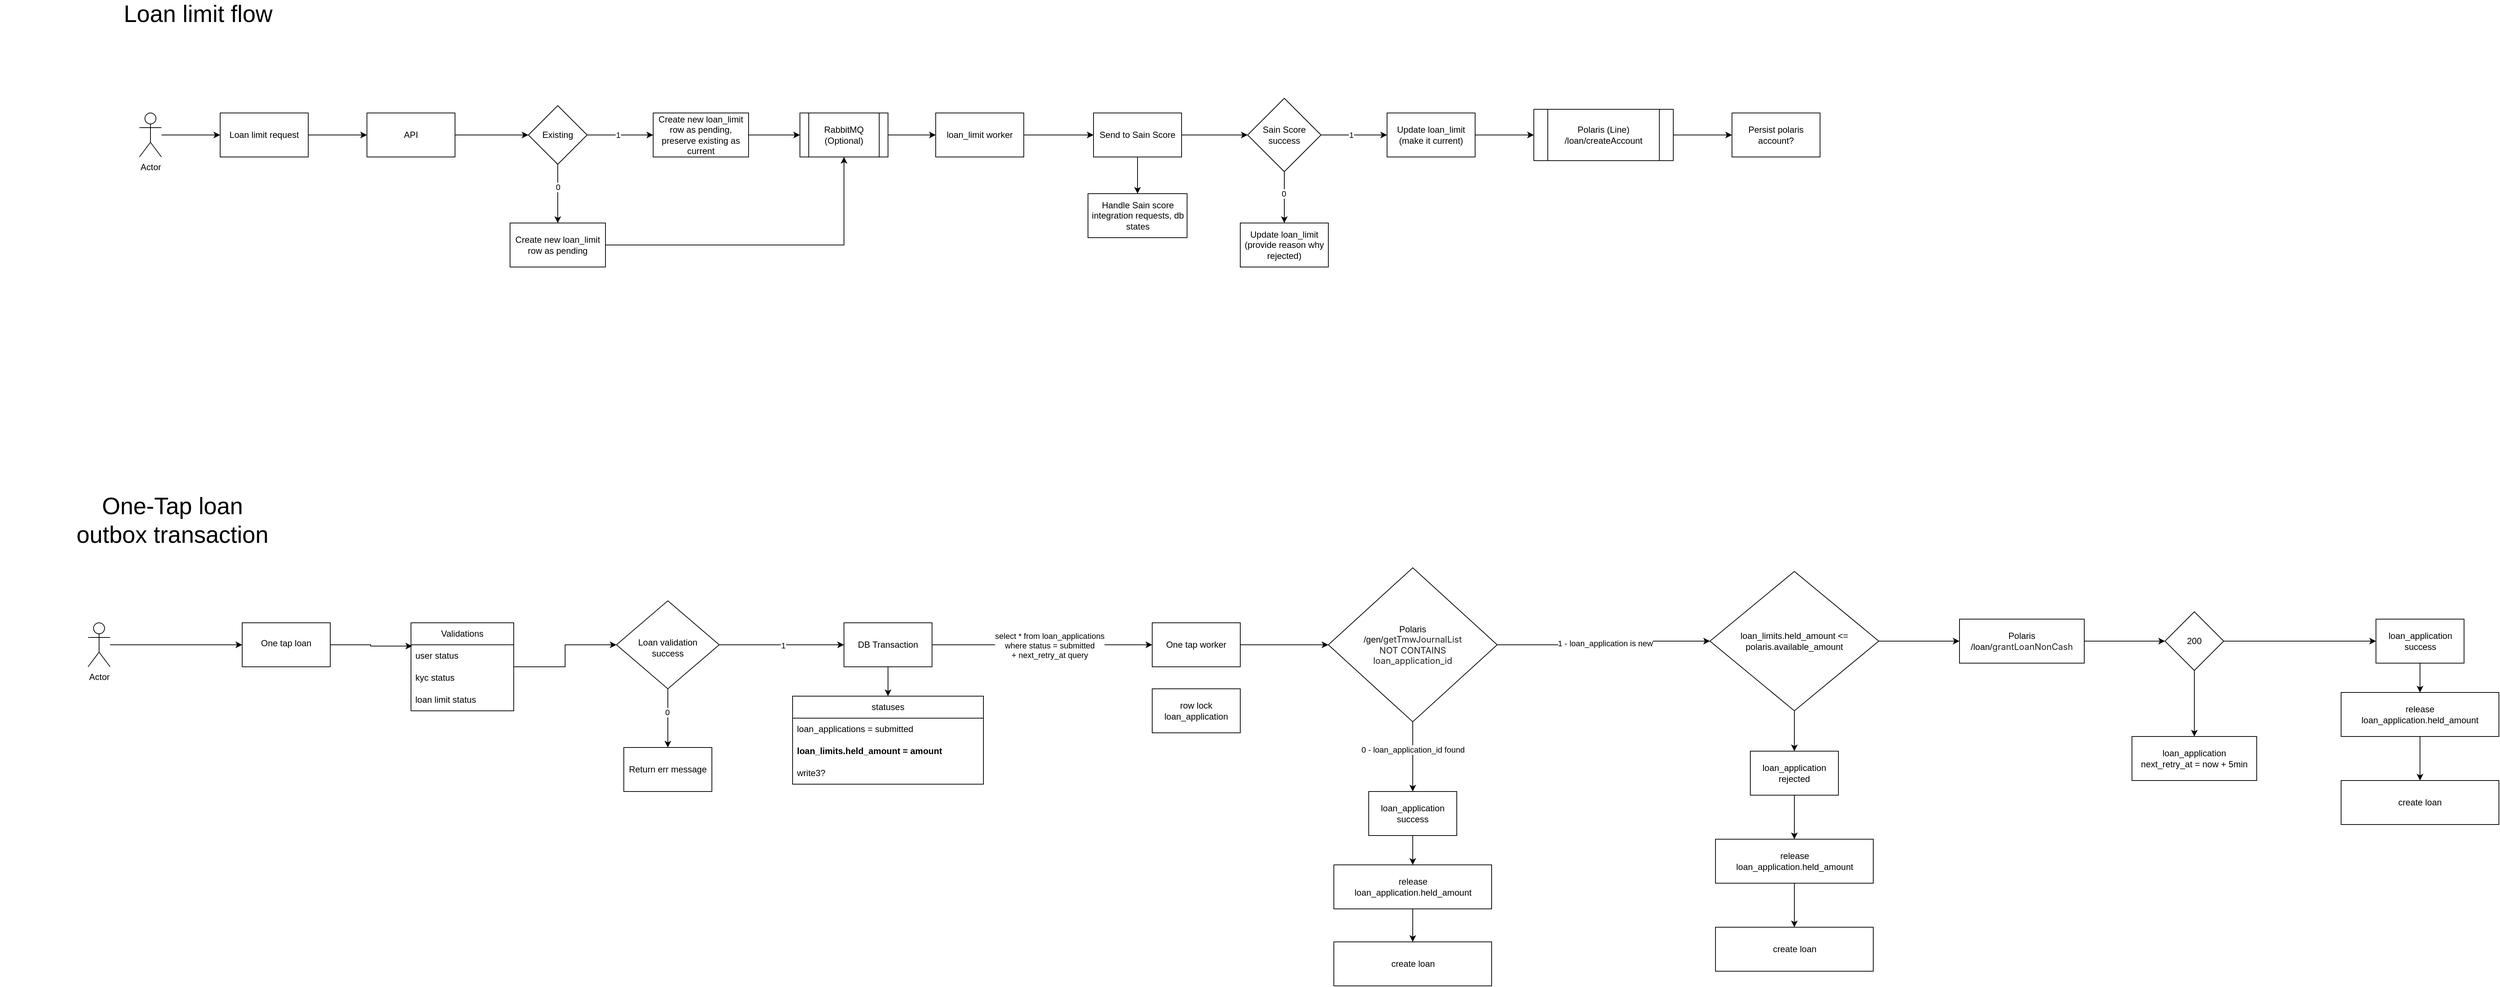
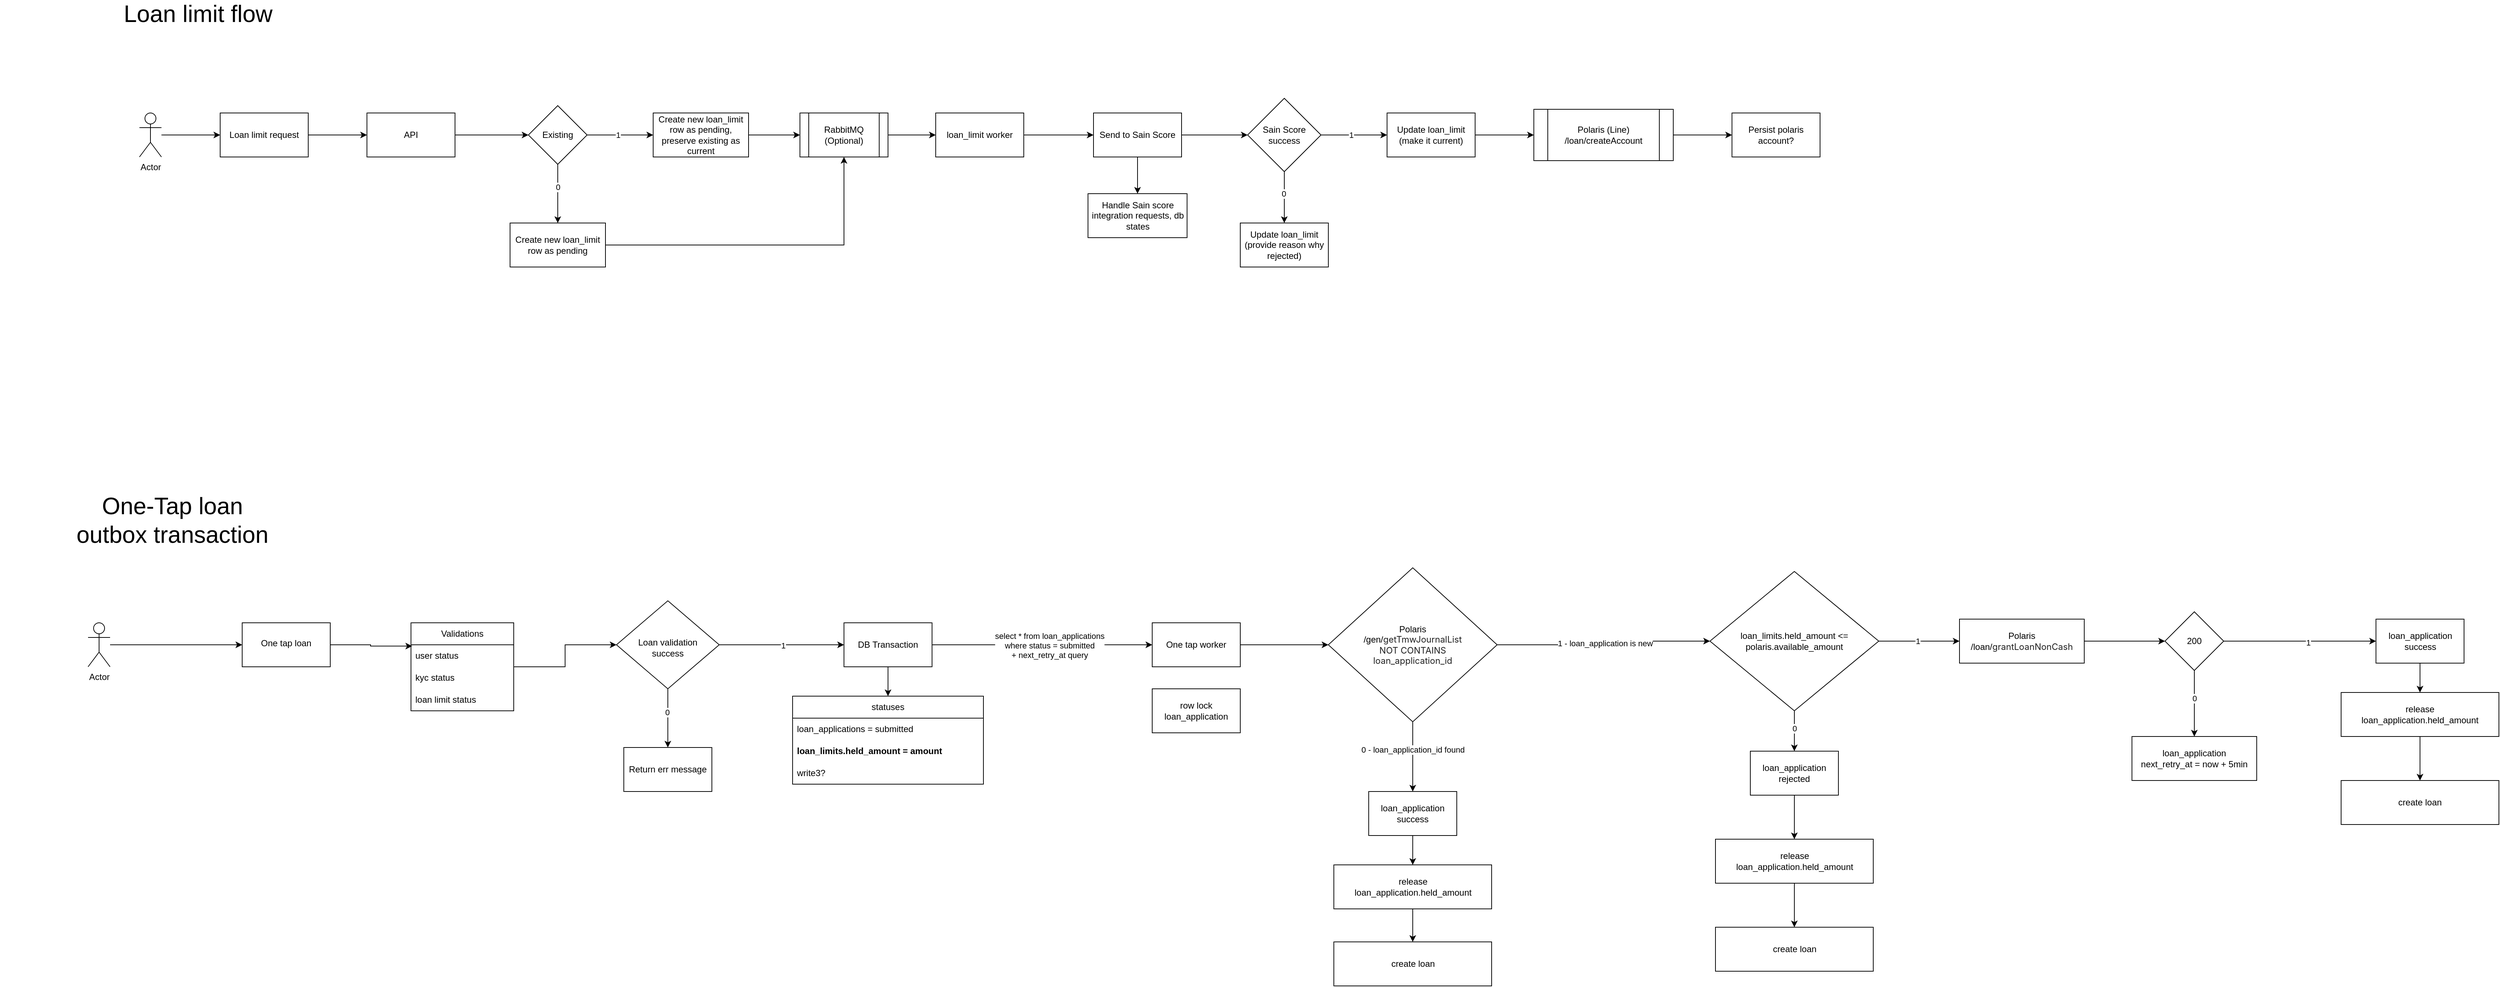
<mxfile host="app.diagrams.net">
  <diagram name="Page-1" id="VCBSuIh8bz7kurrQ0Zaz">
    <mxGraphModel dx="2014" dy="681" grid="1" gridSize="10" guides="1" tooltips="1" connect="1" arrows="1" fold="1" page="1" pageScale="1" pageWidth="850" pageHeight="1100" math="0" shadow="0">
      <root>
        <mxCell id="0" />
        <mxCell id="1" parent="0" />
        <mxCell id="KqixbsF9o6dLofBvsG9t-5" edge="1" parent="1" source="KqixbsF9o6dLofBvsG9t-1" style="edgeStyle=orthogonalEdgeStyle;rounded=0;orthogonalLoop=1;jettySize=auto;html=1;" target="KqixbsF9o6dLofBvsG9t-4" value="">
          <mxGeometry relative="1" as="geometry" />
        </mxCell>
        <mxCell id="KqixbsF9o6dLofBvsG9t-1" parent="1" style="rounded=0;whiteSpace=wrap;html=1;" value="Loan limit request" vertex="1">
          <mxGeometry height="60" width="120" x="150" y="210" as="geometry" />
        </mxCell>
        <mxCell id="KqixbsF9o6dLofBvsG9t-3" edge="1" parent="1" source="KqixbsF9o6dLofBvsG9t-2" style="edgeStyle=orthogonalEdgeStyle;rounded=0;orthogonalLoop=1;jettySize=auto;html=1;" target="KqixbsF9o6dLofBvsG9t-1" value="">
          <mxGeometry relative="1" as="geometry" />
        </mxCell>
        <mxCell id="KqixbsF9o6dLofBvsG9t-2" parent="1" style="shape=umlActor;verticalLabelPosition=bottom;verticalAlign=top;html=1;outlineConnect=0;" value="Actor" vertex="1">
          <mxGeometry height="60" width="30" x="40" y="210" as="geometry" />
        </mxCell>
        <mxCell id="KqixbsF9o6dLofBvsG9t-9" edge="1" parent="1" source="KqixbsF9o6dLofBvsG9t-4" style="edgeStyle=orthogonalEdgeStyle;rounded=0;orthogonalLoop=1;jettySize=auto;html=1;" target="KqixbsF9o6dLofBvsG9t-8" value="">
          <mxGeometry relative="1" as="geometry" />
        </mxCell>
        <mxCell id="KqixbsF9o6dLofBvsG9t-4" parent="1" style="rounded=0;whiteSpace=wrap;html=1;" value="API" vertex="1">
          <mxGeometry height="60" width="120" x="350" y="210" as="geometry" />
        </mxCell>
        <mxCell id="KqixbsF9o6dLofBvsG9t-11" edge="1" parent="1" source="KqixbsF9o6dLofBvsG9t-8" style="edgeStyle=orthogonalEdgeStyle;rounded=0;orthogonalLoop=1;jettySize=auto;html=1;" target="KqixbsF9o6dLofBvsG9t-10" value="">
          <mxGeometry relative="1" as="geometry" />
        </mxCell>
        <mxCell id="KqixbsF9o6dLofBvsG9t-12" connectable="0" parent="KqixbsF9o6dLofBvsG9t-11" style="edgeLabel;html=1;align=center;verticalAlign=middle;resizable=0;points=[];" value="1" vertex="1">
          <mxGeometry relative="1" x="-0.079" as="geometry">
            <mxPoint as="offset" />
          </mxGeometry>
        </mxCell>
        <mxCell id="KqixbsF9o6dLofBvsG9t-14" edge="1" parent="1" source="KqixbsF9o6dLofBvsG9t-8" style="edgeStyle=orthogonalEdgeStyle;rounded=0;orthogonalLoop=1;jettySize=auto;html=1;" target="KqixbsF9o6dLofBvsG9t-13" value="">
          <mxGeometry relative="1" as="geometry" />
        </mxCell>
        <mxCell id="KqixbsF9o6dLofBvsG9t-15" connectable="0" parent="KqixbsF9o6dLofBvsG9t-14" style="edgeLabel;html=1;align=center;verticalAlign=middle;resizable=0;points=[];" value="0" vertex="1">
          <mxGeometry relative="1" x="-0.2407" as="geometry">
            <mxPoint as="offset" />
          </mxGeometry>
        </mxCell>
        <mxCell id="KqixbsF9o6dLofBvsG9t-8" parent="1" style="rhombus;whiteSpace=wrap;html=1;rounded=0;" value="Existing" vertex="1">
          <mxGeometry height="80" width="80" x="570" y="200" as="geometry" />
        </mxCell>
        <mxCell id="KqixbsF9o6dLofBvsG9t-23" edge="1" parent="1" source="KqixbsF9o6dLofBvsG9t-10" style="edgeStyle=orthogonalEdgeStyle;rounded=0;orthogonalLoop=1;jettySize=auto;html=1;" target="KqixbsF9o6dLofBvsG9t-22" value="">
          <mxGeometry relative="1" as="geometry" />
        </mxCell>
        <mxCell id="KqixbsF9o6dLofBvsG9t-10" parent="1" style="whiteSpace=wrap;html=1;rounded=0;" value="Create new loan_limit row as pending, preserve existing as current" vertex="1">
          <mxGeometry height="60" width="130" x="740" y="210" as="geometry" />
        </mxCell>
        <mxCell id="KqixbsF9o6dLofBvsG9t-26" edge="1" parent="1" source="KqixbsF9o6dLofBvsG9t-13" style="edgeStyle=orthogonalEdgeStyle;rounded=0;orthogonalLoop=1;jettySize=auto;html=1;entryX=0.5;entryY=1;entryDx=0;entryDy=0;" target="KqixbsF9o6dLofBvsG9t-22">
          <mxGeometry relative="1" as="geometry" />
        </mxCell>
        <mxCell id="KqixbsF9o6dLofBvsG9t-13" parent="1" style="whiteSpace=wrap;html=1;rounded=0;" value="Create new loan_limit row as pending" vertex="1">
          <mxGeometry height="60" width="130" x="545" y="360" as="geometry" />
        </mxCell>
        <mxCell id="KqixbsF9o6dLofBvsG9t-25" edge="1" parent="1" source="KqixbsF9o6dLofBvsG9t-22" style="edgeStyle=orthogonalEdgeStyle;rounded=0;orthogonalLoop=1;jettySize=auto;html=1;" target="KqixbsF9o6dLofBvsG9t-24" value="">
          <mxGeometry relative="1" as="geometry" />
        </mxCell>
        <mxCell id="KqixbsF9o6dLofBvsG9t-22" parent="1" style="shape=process;whiteSpace=wrap;html=1;backgroundOutline=1;rounded=0;" value="RabbitMQ (Optional)" vertex="1">
          <mxGeometry height="60" width="120" x="940" y="210" as="geometry" />
        </mxCell>
        <mxCell id="KqixbsF9o6dLofBvsG9t-28" edge="1" parent="1" source="KqixbsF9o6dLofBvsG9t-24" style="edgeStyle=orthogonalEdgeStyle;rounded=0;orthogonalLoop=1;jettySize=auto;html=1;" target="KqixbsF9o6dLofBvsG9t-27" value="">
          <mxGeometry relative="1" as="geometry" />
        </mxCell>
        <mxCell id="KqixbsF9o6dLofBvsG9t-24" parent="1" style="whiteSpace=wrap;html=1;rounded=0;" value="loan_limit worker" vertex="1">
          <mxGeometry height="60" width="120" x="1125" y="210" as="geometry" />
        </mxCell>
        <mxCell id="KqixbsF9o6dLofBvsG9t-30" edge="1" parent="1" source="KqixbsF9o6dLofBvsG9t-27" style="edgeStyle=orthogonalEdgeStyle;rounded=0;orthogonalLoop=1;jettySize=auto;html=1;" target="KqixbsF9o6dLofBvsG9t-29" value="">
          <mxGeometry relative="1" as="geometry" />
        </mxCell>
        <mxCell id="KqixbsF9o6dLofBvsG9t-38" edge="1" parent="1" source="KqixbsF9o6dLofBvsG9t-27" style="edgeStyle=orthogonalEdgeStyle;rounded=0;orthogonalLoop=1;jettySize=auto;html=1;" target="KqixbsF9o6dLofBvsG9t-37" value="">
          <mxGeometry relative="1" as="geometry" />
        </mxCell>
        <mxCell id="KqixbsF9o6dLofBvsG9t-27" parent="1" style="whiteSpace=wrap;html=1;rounded=0;" value="Send to Sain Score" vertex="1">
          <mxGeometry height="60" width="120" x="1340" y="210" as="geometry" />
        </mxCell>
        <mxCell id="KqixbsF9o6dLofBvsG9t-32" edge="1" parent="1" source="KqixbsF9o6dLofBvsG9t-29" style="edgeStyle=orthogonalEdgeStyle;rounded=0;orthogonalLoop=1;jettySize=auto;html=1;" target="KqixbsF9o6dLofBvsG9t-31" value="">
          <mxGeometry relative="1" as="geometry" />
        </mxCell>
        <mxCell id="KqixbsF9o6dLofBvsG9t-33" connectable="0" parent="KqixbsF9o6dLofBvsG9t-32" style="edgeLabel;html=1;align=center;verticalAlign=middle;resizable=0;points=[];" value="1" vertex="1">
          <mxGeometry relative="1" x="-0.1048" as="geometry">
            <mxPoint as="offset" />
          </mxGeometry>
        </mxCell>
        <mxCell id="KqixbsF9o6dLofBvsG9t-35" edge="1" parent="1" source="KqixbsF9o6dLofBvsG9t-29" style="edgeStyle=orthogonalEdgeStyle;rounded=0;orthogonalLoop=1;jettySize=auto;html=1;" target="KqixbsF9o6dLofBvsG9t-34" value="">
          <mxGeometry relative="1" as="geometry" />
        </mxCell>
        <mxCell id="KqixbsF9o6dLofBvsG9t-36" connectable="0" parent="KqixbsF9o6dLofBvsG9t-35" style="edgeLabel;html=1;align=center;verticalAlign=middle;resizable=0;points=[];" value="0" vertex="1">
          <mxGeometry relative="1" x="-0.1429" y="-1" as="geometry">
            <mxPoint as="offset" />
          </mxGeometry>
        </mxCell>
        <mxCell id="KqixbsF9o6dLofBvsG9t-29" parent="1" style="rhombus;whiteSpace=wrap;html=1;rounded=0;" value="Sain Score success" vertex="1">
          <mxGeometry height="100" width="100" x="1550" y="190" as="geometry" />
        </mxCell>
        <mxCell id="KqixbsF9o6dLofBvsG9t-66" edge="1" parent="1" source="KqixbsF9o6dLofBvsG9t-31" style="edgeStyle=orthogonalEdgeStyle;rounded=0;orthogonalLoop=1;jettySize=auto;html=1;" target="KqixbsF9o6dLofBvsG9t-65" value="">
          <mxGeometry relative="1" as="geometry" />
        </mxCell>
        <mxCell id="KqixbsF9o6dLofBvsG9t-31" parent="1" style="whiteSpace=wrap;html=1;rounded=0;" value="Update loan_limit (make it current)" vertex="1">
          <mxGeometry height="60" width="120" x="1740" y="210" as="geometry" />
        </mxCell>
        <mxCell id="KqixbsF9o6dLofBvsG9t-34" parent="1" style="whiteSpace=wrap;html=1;rounded=0;" value="Update loan_limit&lt;br&gt;(provide reason why rejected)" vertex="1">
          <mxGeometry height="60" width="120" x="1540" y="360" as="geometry" />
        </mxCell>
        <mxCell id="KqixbsF9o6dLofBvsG9t-37" parent="1" style="whiteSpace=wrap;html=1;rounded=0;" value="Handle Sain score integration requests, db states" vertex="1">
          <mxGeometry height="60" width="135" x="1332.5" y="320" as="geometry" />
        </mxCell>
        <mxCell id="KqixbsF9o6dLofBvsG9t-40" parent="1" style="text;html=1;whiteSpace=wrap;strokeColor=none;fillColor=none;align=center;verticalAlign=middle;rounded=0;fontSize=32;" value="Loan limit flow" vertex="1">
          <mxGeometry height="30" width="260" x="-10" y="60" as="geometry" />
        </mxCell>
        <mxCell id="KqixbsF9o6dLofBvsG9t-74" edge="1" parent="1" source="KqixbsF9o6dLofBvsG9t-65" style="edgeStyle=orthogonalEdgeStyle;rounded=0;orthogonalLoop=1;jettySize=auto;html=1;" target="KqixbsF9o6dLofBvsG9t-73" value="">
          <mxGeometry relative="1" as="geometry" />
        </mxCell>
        <mxCell id="KqixbsF9o6dLofBvsG9t-65" parent="1" style="shape=process;whiteSpace=wrap;html=1;backgroundOutline=1;rounded=0;" value="Polaris (Line)&lt;br&gt;/loan/createAccount" vertex="1">
          <mxGeometry height="70" width="190" x="1940" y="205" as="geometry" />
        </mxCell>
        <mxCell id="KqixbsF9o6dLofBvsG9t-73" parent="1" style="whiteSpace=wrap;html=1;rounded=0;" value="Persist polaris account?" vertex="1">
          <mxGeometry height="60" width="120" x="2210" y="210" as="geometry" />
        </mxCell>
        <mxCell id="U8Ajh8Gpa-m2DNKNFQys-1" parent="1" style="text;html=1;whiteSpace=wrap;strokeColor=none;fillColor=none;align=center;verticalAlign=middle;rounded=0;fontSize=32;" value="One-Tap loan&lt;br&gt;outbox transaction" vertex="1">
          <mxGeometry height="30" width="470" x="-150" y="750" as="geometry" />
        </mxCell>
        <mxCell id="In8fDh9ZLN2M87an2Miy-1" edge="1" parent="1" source="In8fDh9ZLN2M87an2Miy-2" style="edgeStyle=orthogonalEdgeStyle;rounded=0;orthogonalLoop=1;jettySize=auto;html=1;" target="In8fDh9ZLN2M87an2Miy-4" value="">
          <mxGeometry relative="1" as="geometry" />
        </mxCell>
        <mxCell id="In8fDh9ZLN2M87an2Miy-2" parent="1" style="shape=umlActor;verticalLabelPosition=bottom;verticalAlign=top;html=1;outlineConnect=0;" value="Actor" vertex="1">
          <mxGeometry height="60" width="30" x="-30" y="905" as="geometry" />
        </mxCell>
        <mxCell id="In8fDh9ZLN2M87an2Miy-3" edge="1" parent="1" source="In8fDh9ZLN2M87an2Miy-4" style="edgeStyle=orthogonalEdgeStyle;rounded=0;orthogonalLoop=1;jettySize=auto;html=1;entryX=0.011;entryY=0.06;entryDx=0;entryDy=0;entryPerimeter=0;" target="In8fDh9ZLN2M87an2Miy-28" value="">
          <mxGeometry relative="1" as="geometry">
            <mxPoint x="390" y="935" as="targetPoint" />
          </mxGeometry>
        </mxCell>
        <mxCell id="In8fDh9ZLN2M87an2Miy-4" parent="1" style="whiteSpace=wrap;html=1;verticalAlign=top;" value="&lt;div&gt;&lt;br&gt;&lt;/div&gt;&lt;div&gt;One tap loan&lt;/div&gt;" vertex="1">
          <mxGeometry height="60" width="120" x="180" y="905" as="geometry" />
        </mxCell>
        <mxCell id="In8fDh9ZLN2M87an2Miy-5" edge="1" parent="1" source="In8fDh9ZLN2M87an2Miy-9" style="edgeStyle=orthogonalEdgeStyle;rounded=0;orthogonalLoop=1;jettySize=auto;html=1;" target="In8fDh9ZLN2M87an2Miy-12" value="">
          <mxGeometry relative="1" as="geometry" />
        </mxCell>
        <mxCell id="In8fDh9ZLN2M87an2Miy-6" connectable="0" parent="In8fDh9ZLN2M87an2Miy-5" style="edgeLabel;html=1;align=center;verticalAlign=middle;resizable=0;points=[];" value="1" vertex="1">
          <mxGeometry relative="1" x="0.0162" y="-1" as="geometry">
            <mxPoint as="offset" />
          </mxGeometry>
        </mxCell>
        <mxCell id="In8fDh9ZLN2M87an2Miy-7" edge="1" parent="1" source="In8fDh9ZLN2M87an2Miy-9" style="edgeStyle=orthogonalEdgeStyle;rounded=0;orthogonalLoop=1;jettySize=auto;html=1;" target="In8fDh9ZLN2M87an2Miy-13" value="">
          <mxGeometry relative="1" as="geometry" />
        </mxCell>
        <mxCell id="In8fDh9ZLN2M87an2Miy-8" connectable="0" parent="In8fDh9ZLN2M87an2Miy-7" style="edgeLabel;html=1;align=center;verticalAlign=middle;resizable=0;points=[];" value="0" vertex="1">
          <mxGeometry relative="1" x="-0.2091" y="-1" as="geometry">
            <mxPoint as="offset" />
          </mxGeometry>
        </mxCell>
        <mxCell id="In8fDh9ZLN2M87an2Miy-9" parent="1" style="rhombus;whiteSpace=wrap;html=1;verticalAlign=top;" value="&lt;br&gt;&lt;br&gt;&lt;div&gt;&lt;br&gt;&lt;/div&gt;&lt;div&gt;Loan validation&lt;br&gt;success&lt;/div&gt;" vertex="1">
          <mxGeometry height="120" width="140" x="690" y="875" as="geometry" />
        </mxCell>
        <mxCell id="In8fDh9ZLN2M87an2Miy-10" edge="1" parent="1" source="In8fDh9ZLN2M87an2Miy-12" style="edgeStyle=orthogonalEdgeStyle;rounded=0;orthogonalLoop=1;jettySize=auto;html=1;entryX=0.5;entryY=0;entryDx=0;entryDy=0;" target="In8fDh9ZLN2M87an2Miy-14">
          <mxGeometry relative="1" as="geometry" />
        </mxCell>
        <mxCell id="In8fDh9ZLN2M87an2Miy-54" edge="1" parent="1" source="In8fDh9ZLN2M87an2Miy-12" style="edgeStyle=orthogonalEdgeStyle;rounded=0;orthogonalLoop=1;jettySize=auto;html=1;" target="In8fDh9ZLN2M87an2Miy-53" value="">
          <mxGeometry relative="1" as="geometry" />
        </mxCell>
        <mxCell id="In8fDh9ZLN2M87an2Miy-55" connectable="0" parent="In8fDh9ZLN2M87an2Miy-54" style="edgeLabel;html=1;align=center;verticalAlign=middle;resizable=0;points=[];" value="select * from loan_applications&lt;br&gt;where status = submitted&lt;br&gt;+ next_retry_at query" vertex="1">
          <mxGeometry relative="1" x="0.0637" y="-1" as="geometry">
            <mxPoint as="offset" />
          </mxGeometry>
        </mxCell>
        <mxCell id="In8fDh9ZLN2M87an2Miy-12" parent="1" style="whiteSpace=wrap;html=1;verticalAlign=middle;" value="DB Transaction" vertex="1">
          <mxGeometry height="60" width="120" x="1000" y="905" as="geometry" />
        </mxCell>
        <mxCell id="In8fDh9ZLN2M87an2Miy-13" parent="1" style="whiteSpace=wrap;html=1;verticalAlign=middle;" value="Return err message" vertex="1">
          <mxGeometry height="60" width="120" x="700" y="1075" as="geometry" />
        </mxCell>
        <mxCell id="In8fDh9ZLN2M87an2Miy-14" parent="1" style="swimlane;fontStyle=0;childLayout=stackLayout;horizontal=1;startSize=30;horizontalStack=0;resizeParent=1;resizeParentMax=0;resizeLast=0;collapsible=1;marginBottom=0;whiteSpace=wrap;html=1;" value="statuses" vertex="1">
          <mxGeometry height="120" width="260" x="930" y="1005" as="geometry" />
        </mxCell>
        <mxCell id="In8fDh9ZLN2M87an2Miy-15" parent="In8fDh9ZLN2M87an2Miy-14" style="text;strokeColor=none;fillColor=none;align=left;verticalAlign=middle;spacingLeft=4;spacingRight=4;overflow=hidden;points=[[0,0.5],[1,0.5]];portConstraint=eastwest;rotatable=0;whiteSpace=wrap;html=1;" value="loan_applications = submitted" vertex="1">
          <mxGeometry height="30" width="260" y="30" as="geometry" />
        </mxCell>
        <mxCell id="In8fDh9ZLN2M87an2Miy-16" parent="In8fDh9ZLN2M87an2Miy-14" style="text;strokeColor=none;fillColor=none;align=left;verticalAlign=middle;spacingLeft=4;spacingRight=4;overflow=hidden;points=[[0,0.5],[1,0.5]];portConstraint=eastwest;rotatable=0;whiteSpace=wrap;html=1;fontStyle=1" value="loan_limits.held_amount = amount" vertex="1">
          <mxGeometry height="30" width="260" y="60" as="geometry" />
        </mxCell>
        <mxCell id="In8fDh9ZLN2M87an2Miy-17" parent="In8fDh9ZLN2M87an2Miy-14" style="text;strokeColor=none;fillColor=none;align=left;verticalAlign=middle;spacingLeft=4;spacingRight=4;overflow=hidden;points=[[0,0.5],[1,0.5]];portConstraint=eastwest;rotatable=0;whiteSpace=wrap;html=1;" value="write3?" vertex="1">
          <mxGeometry height="30" width="260" y="90" as="geometry" />
        </mxCell>
        <mxCell id="In8fDh9ZLN2M87an2Miy-32" edge="1" parent="1" source="In8fDh9ZLN2M87an2Miy-27" style="edgeStyle=orthogonalEdgeStyle;rounded=0;orthogonalLoop=1;jettySize=auto;html=1;entryX=0;entryY=0.5;entryDx=0;entryDy=0;" target="In8fDh9ZLN2M87an2Miy-9">
          <mxGeometry relative="1" as="geometry" />
        </mxCell>
        <mxCell id="In8fDh9ZLN2M87an2Miy-27" parent="1" style="swimlane;fontStyle=0;childLayout=stackLayout;horizontal=1;startSize=30;horizontalStack=0;resizeParent=1;resizeParentMax=0;resizeLast=0;collapsible=1;marginBottom=0;whiteSpace=wrap;html=1;" value="Validations" vertex="1">
          <mxGeometry height="120" width="140" x="410" y="905" as="geometry" />
        </mxCell>
        <mxCell id="In8fDh9ZLN2M87an2Miy-28" parent="In8fDh9ZLN2M87an2Miy-27" style="text;strokeColor=none;fillColor=none;align=left;verticalAlign=middle;spacingLeft=4;spacingRight=4;overflow=hidden;points=[[0,0.5],[1,0.5]];portConstraint=eastwest;rotatable=0;whiteSpace=wrap;html=1;" value="user status" vertex="1">
          <mxGeometry height="30" width="140" y="30" as="geometry" />
        </mxCell>
        <mxCell id="In8fDh9ZLN2M87an2Miy-29" parent="In8fDh9ZLN2M87an2Miy-27" style="text;strokeColor=none;fillColor=none;align=left;verticalAlign=middle;spacingLeft=4;spacingRight=4;overflow=hidden;points=[[0,0.5],[1,0.5]];portConstraint=eastwest;rotatable=0;whiteSpace=wrap;html=1;" value="kyc status" vertex="1">
          <mxGeometry height="30" width="140" y="60" as="geometry" />
        </mxCell>
        <mxCell id="In8fDh9ZLN2M87an2Miy-33" parent="In8fDh9ZLN2M87an2Miy-27" style="text;strokeColor=none;fillColor=none;align=left;verticalAlign=middle;spacingLeft=4;spacingRight=4;overflow=hidden;points=[[0,0.5],[1,0.5]];portConstraint=eastwest;rotatable=0;whiteSpace=wrap;html=1;" value="loan limit status" vertex="1">
          <mxGeometry height="30" width="140" y="90" as="geometry" />
        </mxCell>
        <mxCell id="In8fDh9ZLN2M87an2Miy-70" edge="1" parent="1" source="In8fDh9ZLN2M87an2Miy-53" style="edgeStyle=orthogonalEdgeStyle;rounded=0;orthogonalLoop=1;jettySize=auto;html=1;entryX=0;entryY=0.5;entryDx=0;entryDy=0;" target="In8fDh9ZLN2M87an2Miy-69">
          <mxGeometry relative="1" as="geometry" />
        </mxCell>
        <mxCell id="In8fDh9ZLN2M87an2Miy-53" parent="1" style="whiteSpace=wrap;html=1;" value="One tap worker" vertex="1">
          <mxGeometry height="60" width="120" x="1420" y="905" as="geometry" />
        </mxCell>
        <mxCell id="In8fDh9ZLN2M87an2Miy-67" edge="1" parent="1" source="In8fDh9ZLN2M87an2Miy-58" style="edgeStyle=orthogonalEdgeStyle;rounded=0;orthogonalLoop=1;jettySize=auto;html=1;entryX=0;entryY=0.5;entryDx=0;entryDy=0;" target="In8fDh9ZLN2M87an2Miy-66" value="">
          <mxGeometry relative="1" as="geometry">
            <mxPoint x="2815" y="930" as="targetPoint" />
          </mxGeometry>
        </mxCell>
        <mxCell id="In8fDh9ZLN2M87an2Miy-58" parent="1" style="whiteSpace=wrap;html=1;" value="Polaris /loan/&lt;span style=&quot;color: rgb(33, 33, 33); font-family: Inter, system-ui, -apple-system, &amp;quot;system-ui&amp;quot;, &amp;quot;Segoe UI&amp;quot;, Roboto, Oxygen, Ubuntu, Cantarell, &amp;quot;Fira Sans&amp;quot;, &amp;quot;Droid Sans&amp;quot;, Helvetica, Arial, sans-serif; text-align: left; white-space: pre-wrap; background-color: rgb(255, 255, 255);&quot;&gt;grantLoanNonCash&lt;/span&gt;" vertex="1">
          <mxGeometry height="60" width="170" x="2520" y="900" as="geometry" />
        </mxCell>
        <mxCell id="In8fDh9ZLN2M87an2Miy-62" edge="1" parent="1" source="In8fDh9ZLN2M87an2Miy-59" style="edgeStyle=orthogonalEdgeStyle;rounded=0;orthogonalLoop=1;jettySize=auto;html=1;" target="In8fDh9ZLN2M87an2Miy-61" value="">
          <mxGeometry relative="1" as="geometry" />
        </mxCell>
+         <mxCell id="In8fDh9ZLN2M87an2Miy-91" connectable="0" parent="In8fDh9ZLN2M87an2Miy-62" style="edgeLabel;html=1;align=center;verticalAlign=middle;resizable=0;points=[];" value="0" vertex="1">
+           <mxGeometry relative="1" x="-0.1431" as="geometry">
+             <mxPoint as="offset" />
+           </mxGeometry>
+         </mxCell>
        <mxCell id="In8fDh9ZLN2M87an2Miy-65" edge="1" parent="1" source="In8fDh9ZLN2M87an2Miy-59" style="edgeStyle=orthogonalEdgeStyle;rounded=0;orthogonalLoop=1;jettySize=auto;html=1;" target="In8fDh9ZLN2M87an2Miy-58">
          <mxGeometry relative="1" as="geometry" />
+         </mxCell>
+         <mxCell id="In8fDh9ZLN2M87an2Miy-90" connectable="0" parent="In8fDh9ZLN2M87an2Miy-65" style="edgeLabel;html=1;align=center;verticalAlign=middle;resizable=0;points=[];" value="1" vertex="1">
+           <mxGeometry relative="1" x="-0.0451" as="geometry">
+             <mxPoint as="offset" />
+           </mxGeometry>
        </mxCell>
        <mxCell id="In8fDh9ZLN2M87an2Miy-59" parent="1" style="rhombus;whiteSpace=wrap;html=1;" value="loan_limits.held_amount &amp;lt;= polaris.available_amount" vertex="1">
          <mxGeometry height="190" width="230" x="2180" y="835" as="geometry" />
        </mxCell>
        <mxCell id="In8fDh9ZLN2M87an2Miy-64" edge="1" parent="1" source="In8fDh9ZLN2M87an2Miy-61" style="edgeStyle=orthogonalEdgeStyle;rounded=0;orthogonalLoop=1;jettySize=auto;html=1;" target="In8fDh9ZLN2M87an2Miy-63" value="">
          <mxGeometry relative="1" as="geometry" />
        </mxCell>
        <mxCell id="In8fDh9ZLN2M87an2Miy-61" parent="1" style="whiteSpace=wrap;html=1;" value="loan_application&lt;br&gt;rejected" vertex="1">
          <mxGeometry height="60" width="120" x="2235" y="1080" as="geometry" />
        </mxCell>
        <mxCell id="In8fDh9ZLN2M87an2Miy-87" edge="1" parent="1" source="In8fDh9ZLN2M87an2Miy-63" style="edgeStyle=orthogonalEdgeStyle;rounded=0;orthogonalLoop=1;jettySize=auto;html=1;" target="In8fDh9ZLN2M87an2Miy-86" value="">
          <mxGeometry relative="1" as="geometry" />
        </mxCell>
        <mxCell id="In8fDh9ZLN2M87an2Miy-63" parent="1" style="whiteSpace=wrap;html=1;" value="release &lt;br&gt;loan_application.held_amount" vertex="1">
          <mxGeometry height="60" width="215" x="2187.5" y="1200" as="geometry" />
        </mxCell>
        <mxCell id="In8fDh9ZLN2M87an2Miy-81" edge="1" parent="1" source="In8fDh9ZLN2M87an2Miy-66" style="edgeStyle=orthogonalEdgeStyle;rounded=0;orthogonalLoop=1;jettySize=auto;html=1;entryX=0;entryY=0.5;entryDx=0;entryDy=0;" target="In8fDh9ZLN2M87an2Miy-79">
          <mxGeometry relative="1" as="geometry" />
        </mxCell>
+         <mxCell id="In8fDh9ZLN2M87an2Miy-92" connectable="0" parent="In8fDh9ZLN2M87an2Miy-81" style="edgeLabel;html=1;align=center;verticalAlign=middle;resizable=0;points=[];" value="1" vertex="1">
+           <mxGeometry relative="1" x="0.1055" y="-2" as="geometry">
+             <mxPoint as="offset" />
+           </mxGeometry>
+         </mxCell>
        <mxCell id="In8fDh9ZLN2M87an2Miy-83" edge="1" parent="1" source="In8fDh9ZLN2M87an2Miy-66" style="edgeStyle=orthogonalEdgeStyle;rounded=0;orthogonalLoop=1;jettySize=auto;html=1;" target="In8fDh9ZLN2M87an2Miy-82" value="">
          <mxGeometry relative="1" as="geometry" />
+         </mxCell>
+         <mxCell id="In8fDh9ZLN2M87an2Miy-93" connectable="0" parent="In8fDh9ZLN2M87an2Miy-83" style="edgeLabel;html=1;align=center;verticalAlign=middle;resizable=0;points=[];" value="0" vertex="1">
+           <mxGeometry relative="1" x="-0.1623" as="geometry">
+             <mxPoint as="offset" />
+           </mxGeometry>
        </mxCell>
        <mxCell id="In8fDh9ZLN2M87an2Miy-66" parent="1" style="rhombus;whiteSpace=wrap;html=1;" value="200" vertex="1">
          <mxGeometry height="80" width="80" x="2800" y="890" as="geometry" />
        </mxCell>
        <mxCell id="In8fDh9ZLN2M87an2Miy-68" parent="1" style="whiteSpace=wrap;html=1;" value="row lock&lt;br&gt;loan_application" vertex="1">
          <mxGeometry height="60" width="120" x="1420" y="995" as="geometry" />
        </mxCell>
        <mxCell id="In8fDh9ZLN2M87an2Miy-71" edge="1" parent="1" source="In8fDh9ZLN2M87an2Miy-69" style="edgeStyle=orthogonalEdgeStyle;rounded=0;orthogonalLoop=1;jettySize=auto;html=1;entryX=0;entryY=0.5;entryDx=0;entryDy=0;" target="In8fDh9ZLN2M87an2Miy-59">
          <mxGeometry relative="1" as="geometry" />
        </mxCell>
        <mxCell id="In8fDh9ZLN2M87an2Miy-77" connectable="0" parent="In8fDh9ZLN2M87an2Miy-71" style="edgeLabel;html=1;align=center;verticalAlign=middle;resizable=0;points=[];" value="1 - loan_application is new" vertex="1">
          <mxGeometry relative="1" x="0.0312" y="-3" as="geometry">
            <mxPoint as="offset" />
          </mxGeometry>
        </mxCell>
        <mxCell id="In8fDh9ZLN2M87an2Miy-73" edge="1" parent="1" source="In8fDh9ZLN2M87an2Miy-69" style="edgeStyle=orthogonalEdgeStyle;rounded=0;orthogonalLoop=1;jettySize=auto;html=1;" target="In8fDh9ZLN2M87an2Miy-72" value="">
          <mxGeometry relative="1" as="geometry" />
        </mxCell>
        <mxCell id="In8fDh9ZLN2M87an2Miy-74" connectable="0" parent="In8fDh9ZLN2M87an2Miy-73" style="edgeLabel;html=1;align=center;verticalAlign=middle;resizable=0;points=[];" value="0 - loan_application_id found" vertex="1">
          <mxGeometry relative="1" x="-0.1975" as="geometry">
            <mxPoint as="offset" />
          </mxGeometry>
        </mxCell>
        <mxCell id="In8fDh9ZLN2M87an2Miy-69" parent="1" style="rhombus;whiteSpace=wrap;html=1;" value="Polaris&lt;br&gt;/gen/&lt;span style=&quot;white-space: pre-wrap; color: rgb(33, 33, 33); font-family: Inter, system-ui, -apple-system, &amp;quot;system-ui&amp;quot;, &amp;quot;Segoe UI&amp;quot;, Roboto, Oxygen, Ubuntu, Cantarell, &amp;quot;Fira Sans&amp;quot;, &amp;quot;Droid Sans&amp;quot;, Helvetica, Arial, sans-serif; text-align: left; background-color: rgb(255, 255, 255);&quot;&gt;getTmwJournalList&lt;br&gt;NOT CONTAINS&lt;br&gt;loan_application_id&lt;/span&gt;" vertex="1">
          <mxGeometry height="210" width="230" x="1660" y="830" as="geometry" />
        </mxCell>
        <mxCell id="In8fDh9ZLN2M87an2Miy-76" edge="1" parent="1" source="In8fDh9ZLN2M87an2Miy-72" style="edgeStyle=orthogonalEdgeStyle;rounded=0;orthogonalLoop=1;jettySize=auto;html=1;" target="In8fDh9ZLN2M87an2Miy-75" value="">
          <mxGeometry relative="1" as="geometry" />
        </mxCell>
        <mxCell id="In8fDh9ZLN2M87an2Miy-72" parent="1" style="whiteSpace=wrap;html=1;" value="loan_application&lt;br&gt;success" vertex="1">
          <mxGeometry height="60" width="120" x="1715" y="1135" as="geometry" />
        </mxCell>
        <mxCell id="In8fDh9ZLN2M87an2Miy-85" edge="1" parent="1" source="In8fDh9ZLN2M87an2Miy-75" style="edgeStyle=orthogonalEdgeStyle;rounded=0;orthogonalLoop=1;jettySize=auto;html=1;" target="In8fDh9ZLN2M87an2Miy-84" value="">
          <mxGeometry relative="1" as="geometry" />
        </mxCell>
        <mxCell id="In8fDh9ZLN2M87an2Miy-75" parent="1" style="whiteSpace=wrap;html=1;" value="release &lt;br&gt;loan_application.held_amount" vertex="1">
          <mxGeometry height="60" width="215" x="1667.5" y="1235" as="geometry" />
        </mxCell>
        <mxCell id="In8fDh9ZLN2M87an2Miy-78" edge="1" parent="1" source="In8fDh9ZLN2M87an2Miy-79" style="edgeStyle=orthogonalEdgeStyle;rounded=0;orthogonalLoop=1;jettySize=auto;html=1;" target="In8fDh9ZLN2M87an2Miy-80" value="">
          <mxGeometry relative="1" as="geometry" />
        </mxCell>
        <mxCell id="In8fDh9ZLN2M87an2Miy-79" parent="1" style="whiteSpace=wrap;html=1;" value="loan_application&lt;br&gt;success" vertex="1">
          <mxGeometry height="60" width="120" x="3087.5" y="900" as="geometry" />
        </mxCell>
        <mxCell id="In8fDh9ZLN2M87an2Miy-89" edge="1" parent="1" source="In8fDh9ZLN2M87an2Miy-80" style="edgeStyle=orthogonalEdgeStyle;rounded=0;orthogonalLoop=1;jettySize=auto;html=1;" target="In8fDh9ZLN2M87an2Miy-88" value="">
          <mxGeometry relative="1" as="geometry" />
        </mxCell>
        <mxCell id="In8fDh9ZLN2M87an2Miy-80" parent="1" style="whiteSpace=wrap;html=1;" value="release &lt;br&gt;loan_application.held_amount" vertex="1">
          <mxGeometry height="60" width="215" x="3040" y="1000" as="geometry" />
        </mxCell>
        <mxCell id="In8fDh9ZLN2M87an2Miy-82" parent="1" style="whiteSpace=wrap;html=1;" value="loan_application&lt;br&gt;next_retry_at = now + 5min" vertex="1">
          <mxGeometry height="60" width="170" x="2755" y="1060" as="geometry" />
        </mxCell>
        <mxCell id="In8fDh9ZLN2M87an2Miy-84" parent="1" style="whiteSpace=wrap;html=1;" value="create loan" vertex="1">
          <mxGeometry height="60" width="215" x="1667.5" y="1340" as="geometry" />
        </mxCell>
        <mxCell id="In8fDh9ZLN2M87an2Miy-86" parent="1" style="whiteSpace=wrap;html=1;" value="create loan" vertex="1">
          <mxGeometry height="60" width="215" x="2187.5" y="1320" as="geometry" />
        </mxCell>
        <mxCell id="In8fDh9ZLN2M87an2Miy-88" parent="1" style="whiteSpace=wrap;html=1;" value="create loan" vertex="1">
          <mxGeometry height="60" width="215" x="3040" y="1120" as="geometry" />
        </mxCell>
      </root>
    </mxGraphModel>
  </diagram>
</mxfile>
